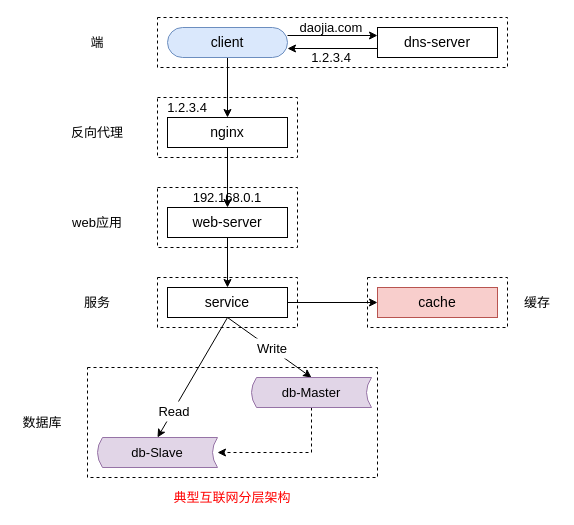
The draw.io diagram page "典型互联网分层架构" (1 of 9) of 沈剑的架构师训练营课程笔录/ch3-16.drawio in acomma/notes, before the edit. Source tidied: cells renumbered, new cells numbered last; positions are measured from the earlier drawing's top-left corner, leaving out a move shared by most shapes. Both pictures are drawn from the tidied source at 100%, with x=0, y=0 at pixel (17, 17).
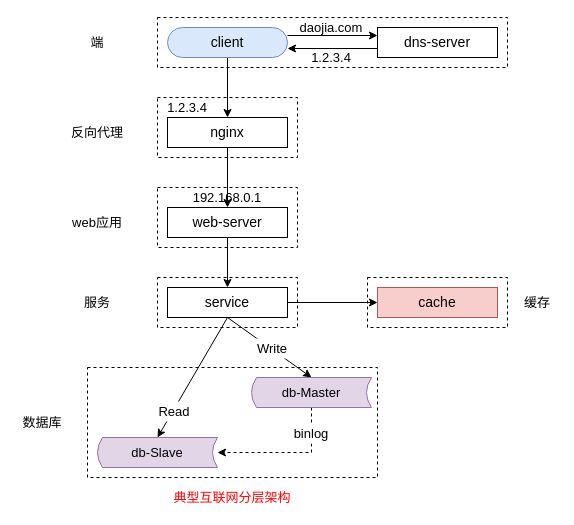
The same diagram, later.

What changed in the source:
```diff
@@
+    <mxCell id="38" value="binlog" style="text;html=1;strokeColor=none;fillColor=#ffffff;align=center;verticalAlign=middle;whiteSpace=wrap;rounded=0;dashed=1;fontFamily=Helvetica;fontSize=13;" parent="1" vertex="1">
+      <mxGeometry x="274" y="406" width="40" height="20" as="geometry" />
+    </mxCell>
```
